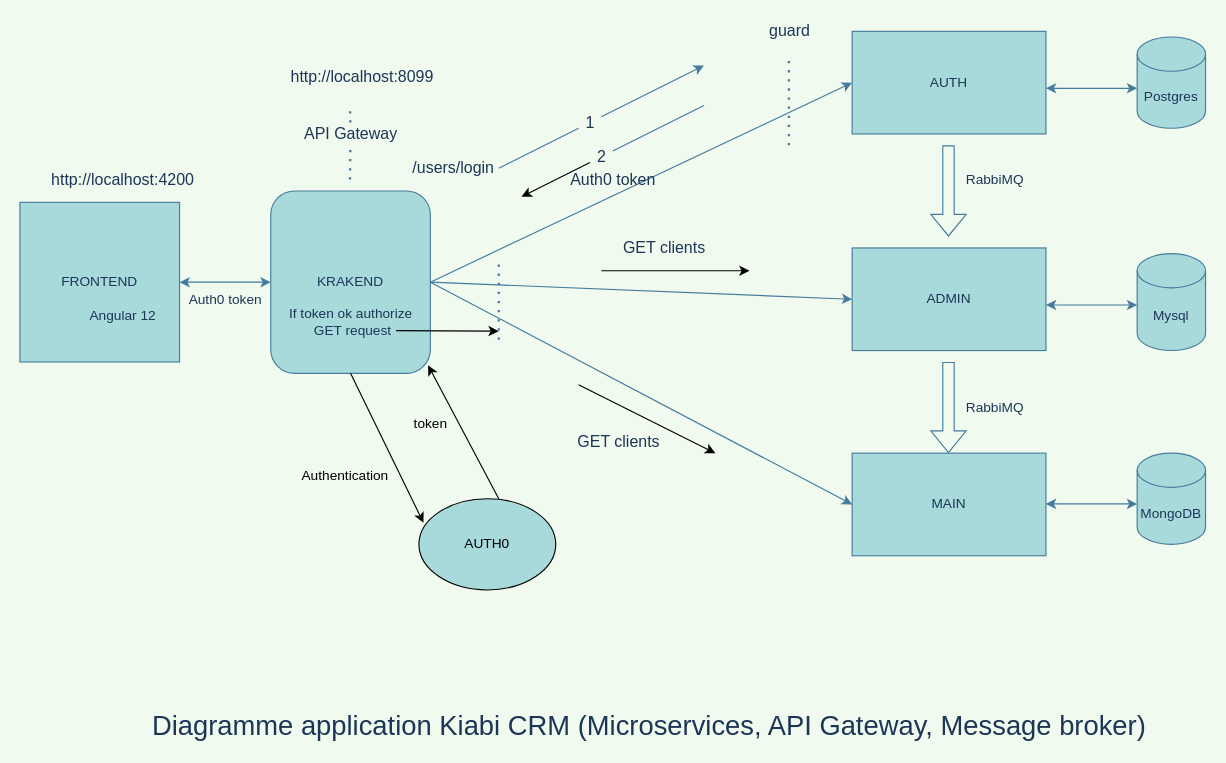
bessam-haj-salem/kiabi_microservices keeps this draw.io diagram as authentication improved.drawio. Above is the earlier version. Source tidied: cells renumbered, new cells numbered last; positions are measured from the earlier drawing's top-left corner, leaving out a move shared by most shapes. Both pictures are drawn from the tidied source at 114%, with x=0, y=0 at pixel (19, 19).
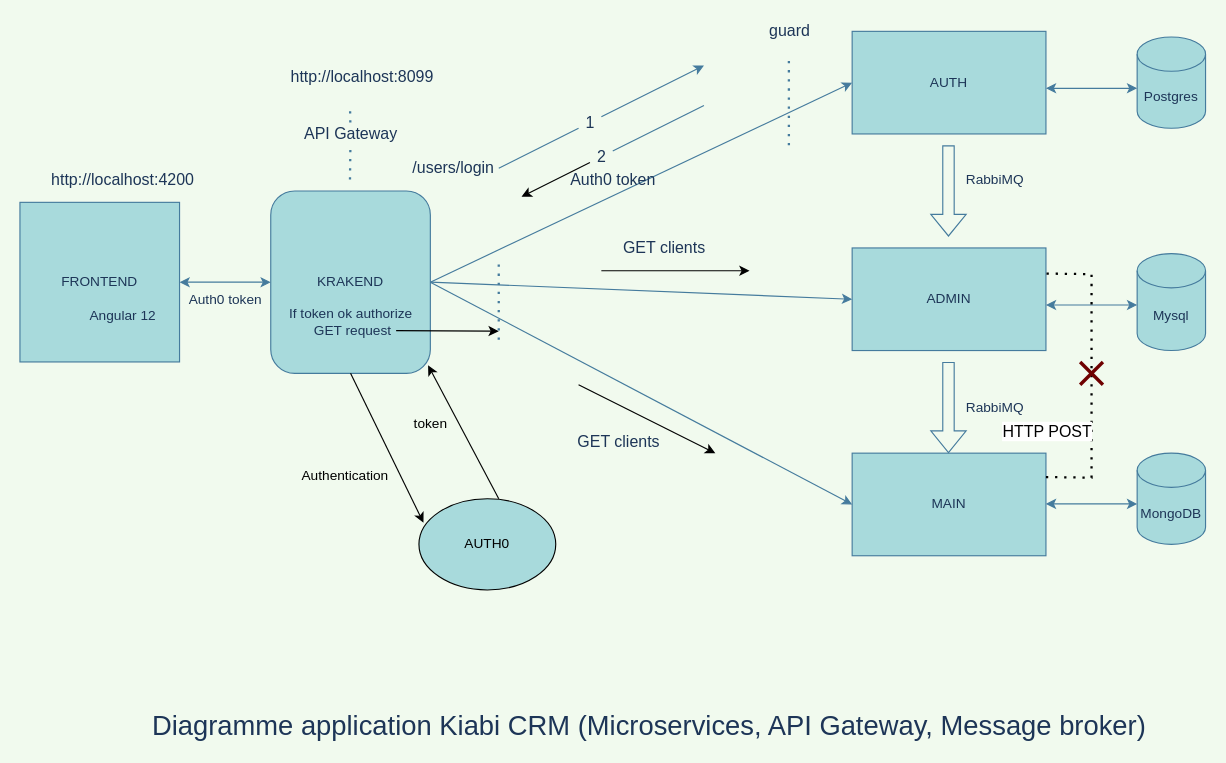
After the change.

Unchanged cells that the change refers to:
```xml
<mxCell id="7" value="ADMIN" style="rounded=0;whiteSpace=wrap;html=1;fillColor=#A8DADC;strokeColor=#457B9D;fontColor=#1D3557;" parent="1" vertex="1">
  <mxGeometry x="730" y="200" width="170" height="90" as="geometry" />
</mxCell>
```

The edit, as a diff of the source:
```diff
@@
+    <mxCell id="51" style="endArrow=none;dashed=1;html=1;dashPattern=1 3;strokeWidth=2;rounded=0;entryX=1;entryY=0.25;entryDx=0;entryDy=0;exitX=1;exitY=0.25;exitDx=0;exitDy=0;" parent="1" edge="1" target="7">
+      <mxGeometry relative="1" as="geometry">
+        <mxPoint x="900" y="401" as="sourcePoint" />
+        <Array as="points">
+          <mxPoint x="940" y="401.5" />
+          <mxPoint x="940" y="223" />
+        </Array>
+      </mxGeometry>
+    </mxCell>
+    <mxCell id="52" value="&lt;font style=&quot;font-size: 14px&quot;&gt;HTTP POST&lt;/font&gt;" style="edgeLabel;html=1;align=center;verticalAlign=middle;" parent="51" vertex="1">
+      <mxGeometry x="-0.55" y="1" relative="1" as="geometry">
+        <mxPoint x="-39" y="-23" as="offset" />
+      </mxGeometry>
+    </mxCell>
+    <mxCell id="53" style="endArrow=none;html=1;rounded=0;fillColor=#a20025;strokeColor=#6F0000;strokeWidth=3;" parent="1" edge="1">
+      <mxGeometry relative="1" as="geometry">
+        <mxPoint x="950" y="320" as="sourcePoint" />
+        <mxPoint x="930" y="300" as="targetPoint" />
+      </mxGeometry>
+    </mxCell>
+    <mxCell id="54" style="endArrow=none;html=1;rounded=0;fillColor=#a20025;strokeColor=#6F0000;strokeWidth=3;" parent="1" edge="1">
+      <mxGeometry relative="1" as="geometry">
+        <mxPoint x="930" y="320" as="sourcePoint" />
+        <mxPoint x="950" y="300" as="targetPoint" />
+      </mxGeometry>
+    </mxCell>
```
